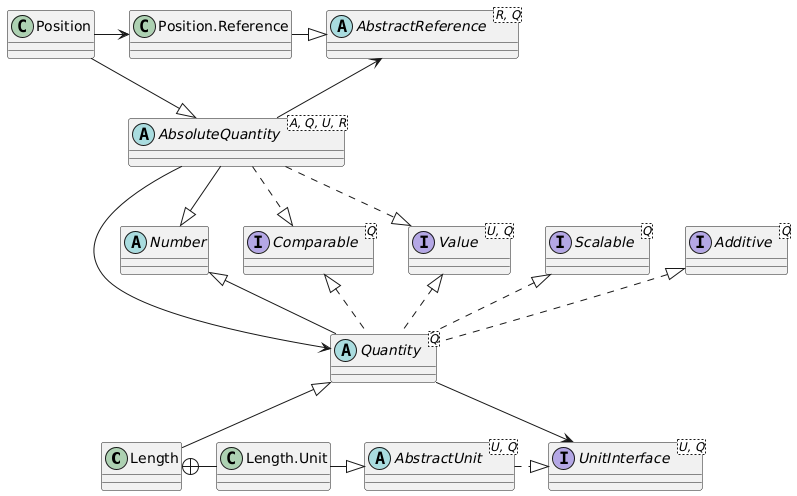
Before: docs/images/absolute-quantity.png, a diagram exported from PlantUML (averbraeck/djunits).
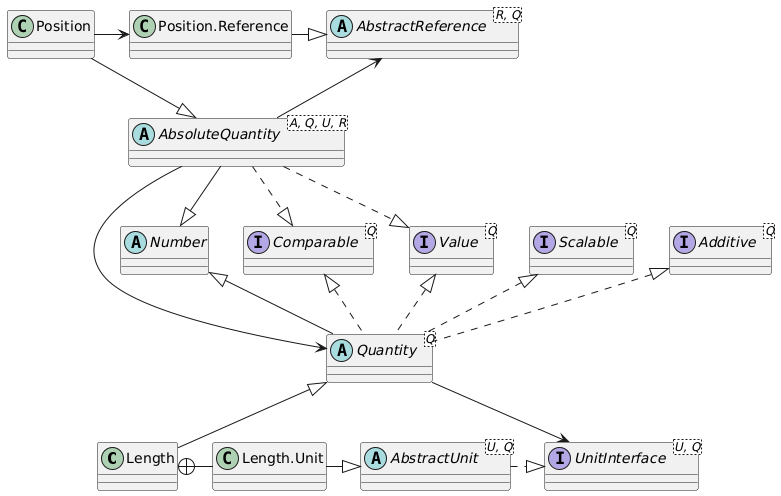
After the commit.

Commit message:
Issue #127. Change UML for absolute quantity -> Value<Q>

The edit, as a diff of the source:
```diff
@@ -9,7 +9,7 @@
 abstract class AbstractUnit<U, Q>
 interface UnitInterface<U, Q>
 abstract class Number
-interface Value<U, Q>
+interface Value<Q>
 interface Comparable<Q>
 interface Additive<Q>
 interface Scalable<Q>
```
